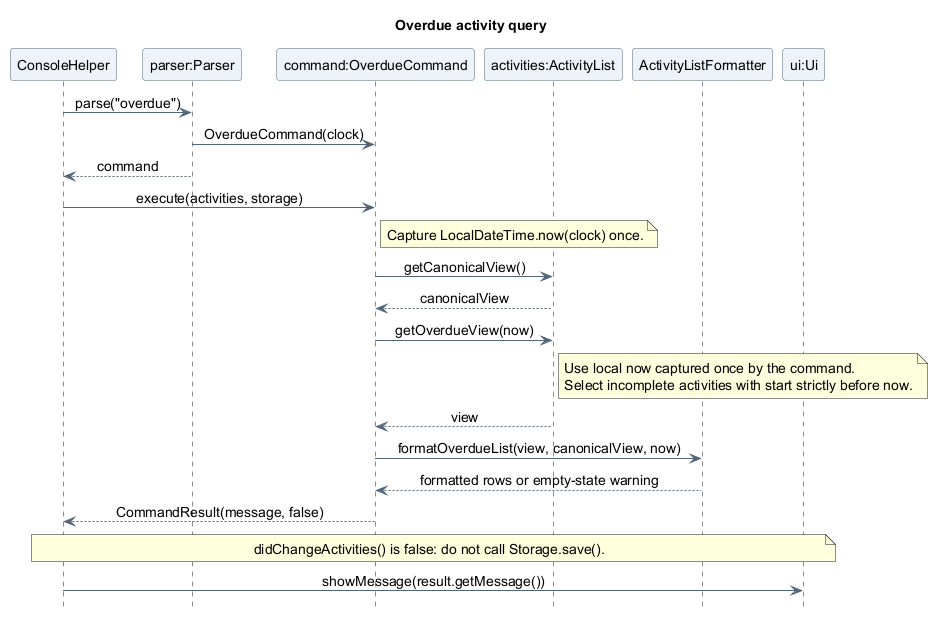
Before: docs/images/asyraf/sequence/OverdueActivitySequence.png, a diagram exported from PlantUML (AY2627S1-CS2113-T10-4/tp). Its diagram source:
```plantuml
@startuml
title Overdue activity query
skinparam backgroundColor white
skinparam shadowing false
skinparam defaultFontName SansSerif
skinparam defaultFontSize 14
skinparam ArrowColor #526477
skinparam ParticipantBackgroundColor #EDF3F8
skinparam ParticipantBorderColor #526477
skinparam sequenceMessageAlign center
hide footbox

participant "ConsoleHelper" as Console
participant "parser:Parser" as Parser
participant "command:OverdueCommand" as Query
participant "activities:ActivityList" as Activities
participant "ActivityListFormatter" as Formatter
participant "ui:Ui" as UI

Console -> Parser : parse("overdue")
Parser -> Query : OverdueCommand(clock)
Parser --> Console : command
Console -> Query : execute(activities, storage)
note right of Query
  Capture LocalDateTime.now(clock) once.
end note
Query -> Activities : getCanonicalView()
Activities --> Query : canonicalView
Query -> Activities : getOverdueView(now)
note right of Activities
  Use local now captured once by the command.
  Select incomplete activities with start strictly before now.
end note
Activities --> Query : view
Query -> Formatter : formatOverdueList(view, canonicalView, now)
Formatter --> Query : formatted rows or empty-state warning
Query --> Console : CommandResult(message, false)
note over Console, UI
  didChangeActivities() is false: do not call Storage.save().
end note
Console -> UI : showMessage(result.getMessage())
@enduml
```
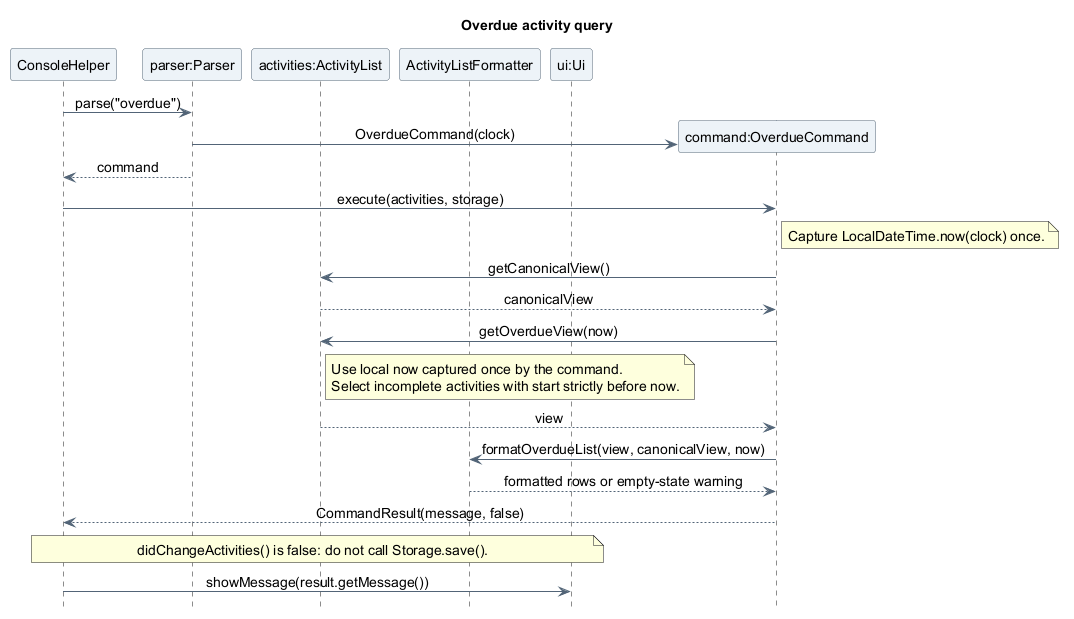
After the change.

What changed in the source:
```diff
@@ -12,12 +12,12 @@
 
 participant "ConsoleHelper" as Console
 participant "parser:Parser" as Parser
-participant "command:OverdueCommand" as Query
 participant "activities:ActivityList" as Activities
 participant "ActivityListFormatter" as Formatter
 participant "ui:Ui" as UI
 
 Console -> Parser : parse("overdue")
+create participant "command:OverdueCommand" as Query
 Parser -> Query : OverdueCommand(clock)
 Parser --> Console : command
 Console -> Query : execute(activities, storage)
```
